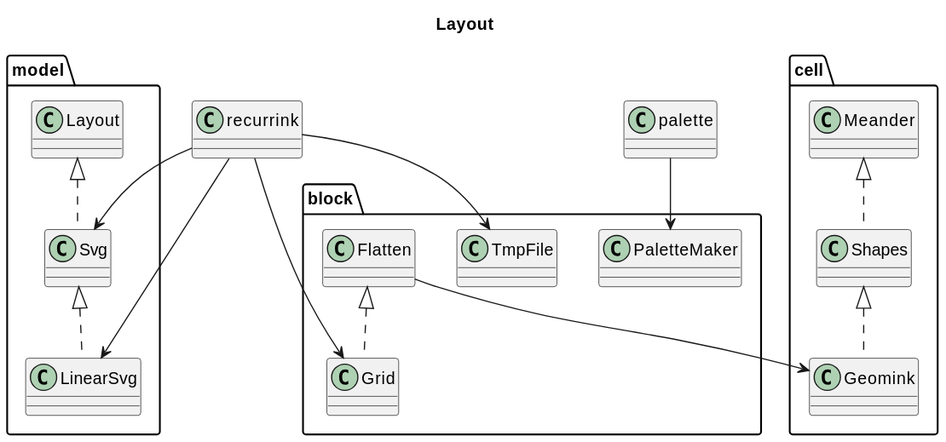
Before: tutorial/layoutv3.svg, a diagram exported from PlantUML (snow6oy/recurrink).
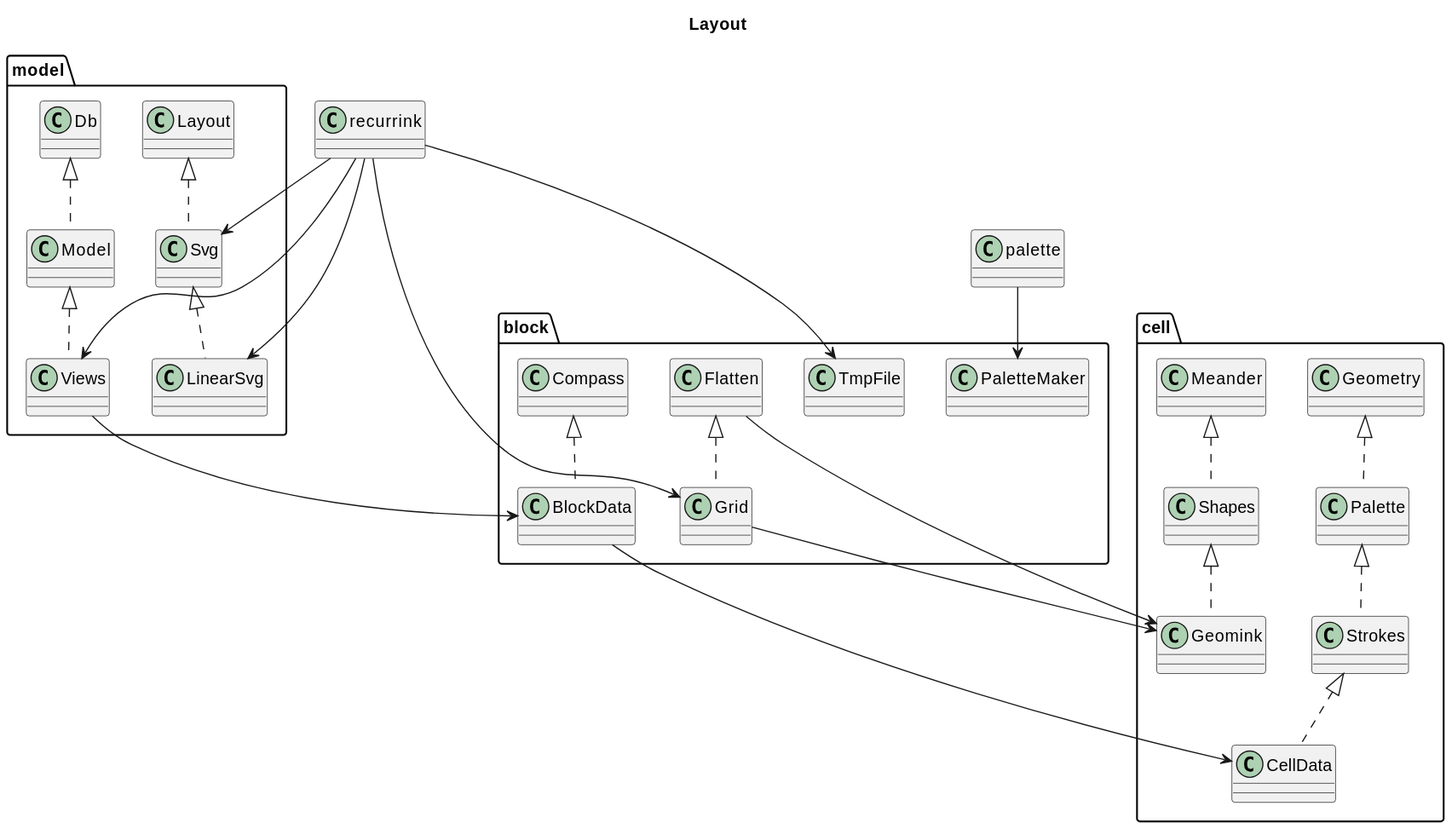
Later version of the same file.

Commit message:
cell data has been packaged

The edit, as a diff of the source:
```diff
@@ -4,15 +4,25 @@
 
 recurrink --> model.LinearSvg
 recurrink --> model.Svg
+recurrink --> model.Views
+model.Views --> block.BlockData
 model.Svg <|.. model.LinearSvg
 model.Layout <|.. model.Svg
+model.Db <|.. model.Model
+model.Model <|.. model.Views
 
 recurrink --> block.Grid
 recurrink --> block.TmpFile
-palette   --> block.PaletteMaker
+palette --> block.PaletteMaker
 block.Flatten <|.. block.Grid
+block.Compass <|..  block.BlockData
+block.BlockData --> cell.CellData
+block.Flatten --> cell.Geomink
+block.Grid --> cell.Geomink
 
-block.Flatten --> cell.Geomink
 cell.Meander <|.. cell.Shapes
 cell.Shapes <|.. cell.Geomink
+cell.Geometry <|.. cell.Palette
+cell.Palette <|.. cell.Strokes
+cell.Strokes <|.. cell.CellData
 @enduml
```
